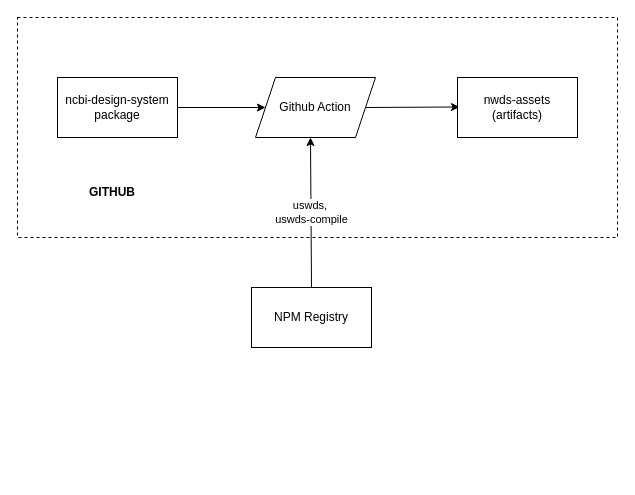
Before: docs/images/workflow.drawio in NCBI-Codeathons/nds1-team-2-design-package, a draw.io diagram. Source tidied: cells renumbered, new cells numbered last; positions are measured from the earlier drawing's top-left corner, leaving out a move shared by most shapes. Both pictures are drawn from the tidied source at 100%, with x=0, y=0 at pixel (17, 17).
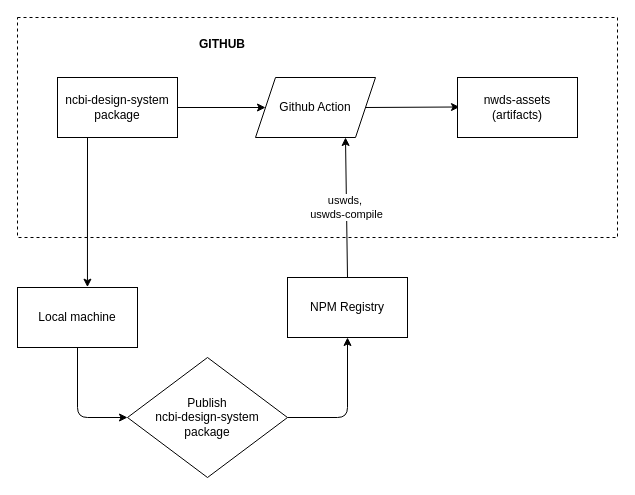
After the change.

Diff of the diagram source:
```diff
@@
 <mxGraphModel>
   <root>
     <mxCell id="0" />
     <mxCell id="1" parent="0" />
     <mxCell id="2" style="rounded=0;whiteSpace=wrap;html=1;dashed=1;" parent="1" vertex="1">
       <mxGeometry width="600" height="220" as="geometry" />
     </mxCell>
     <mxCell id="3" value="NPM Registry" style="rounded=0;whiteSpace=wrap;html=1;" parent="1" vertex="1">
-      <mxGeometry x="234" y="270" width="120" height="60" as="geometry" />
+      <mxGeometry x="270" y="260" width="120" height="60" as="geometry" />
     </mxCell>
+    <mxCell id="11" style="edgeStyle=none;html=1;exitX=0.25;exitY=1;exitDx=0;exitDy=0;entryX=0.583;entryY=-0.006;entryDx=0;entryDy=0;entryPerimeter=0;" parent="1" edge="1" source="4" target="13">
+      <mxGeometry relative="1" as="geometry" />
+    </mxCell>
     <mxCell id="4" value="ncbi-design-system&lt;br&gt;package" style="rounded=0;whiteSpace=wrap;html=1;" parent="1" vertex="1">
       <mxGeometry x="40" y="60" width="120" height="60" as="geometry" />
     </mxCell>
-    <mxCell id="5" value="uswds,&amp;nbsp;&lt;br&gt;uswds-compile" style="endArrow=classic;html=1;rounded=0;exitX=0.5;exitY=0;exitDx=0;exitDy=0;entryX=0.5;entryY=1;entryDx=0;entryDy=0;" parent="1" edge="1" source="3">
-      <mxGeometry relative="1" as="geometry">
-        <mxPoint x="293" y="120" as="targetPoint" />
-      </mxGeometry>
+    <mxCell id="5" value="uswds,&amp;nbsp;&lt;br&gt;uswds-compile" style="endArrow=classic;html=1;rounded=0;exitX=0.5;exitY=0;exitDx=0;exitDy=0;entryX=0.75;entryY=1;entryDx=0;entryDy=0;" parent="1" edge="1" source="3" target="7">
+      <mxGeometry relative="1" as="geometry" />
     </mxCell>
     <mxCell id="6" value="GITHUB" style="text;html=1;strokeColor=none;fillColor=none;align=center;verticalAlign=middle;whiteSpace=wrap;rounded=0;dashed=1;fontStyle=1;" parent="1" vertex="1">
-      <mxGeometry x="40" y="160" width="110" height="29" as="geometry" />
+      <mxGeometry x="150" y="12" width="110" height="29" as="geometry" />
     </mxCell>
     <mxCell id="7" value="Github Action" style="shape=parallelogram;perimeter=parallelogramPerimeter;whiteSpace=wrap;html=1;fixedSize=1;" parent="1" vertex="1">
       <mxGeometry x="238" y="60" width="120" height="60" as="geometry" />
     </mxCell>
     <mxCell id="8" style="endArrow=classic;html=1;rounded=0;entryX=0;entryY=0.5;entryDx=0;entryDy=0;exitX=1;exitY=0.5;exitDx=0;exitDy=0;" parent="1" edge="1" source="4" target="7">
       <mxGeometry relative="1" as="geometry" />
     </mxCell>
     <mxCell id="9" style="endArrow=classic;html=1;rounded=0;entryX=0;entryY=0.5;entryDx=0;entryDy=0;exitX=1;exitY=0.5;exitDx=0;exitDy=0;" parent="1" edge="1" source="7">
       <mxGeometry relative="1" as="geometry">
         <mxPoint x="442" y="89.5" as="targetPoint" />
       </mxGeometry>
     </mxCell>
     <mxCell id="10" value="nwds-assets&lt;br&gt;(artifacts)" style="rounded=0;whiteSpace=wrap;html=1;" parent="1" vertex="1">
       <mxGeometry x="440" y="60" width="120" height="60" as="geometry" />
     </mxCell>
+    <mxCell id="12" style="edgeStyle=none;html=1;exitX=0.5;exitY=1;exitDx=0;exitDy=0;entryX=0;entryY=0.5;entryDx=0;entryDy=0;" parent="1" edge="1" source="13" target="15">
+      <mxGeometry relative="1" as="geometry">
+        <Array as="points">
+          <mxPoint x="60" y="400" />
+        </Array>
+      </mxGeometry>
+    </mxCell>
+    <mxCell id="13" value="Local machine" style="rounded=0;whiteSpace=wrap;html=1;" parent="1" vertex="1">
+      <mxGeometry y="270" width="120" height="60" as="geometry" />
+    </mxCell>
+    <mxCell id="14" style="edgeStyle=none;html=1;exitX=1;exitY=0.5;exitDx=0;exitDy=0;entryX=0.5;entryY=1;entryDx=0;entryDy=0;" parent="1" edge="1" source="15" target="3">
+      <mxGeometry relative="1" as="geometry">
+        <Array as="points">
+          <mxPoint x="330" y="400" />
+        </Array>
+      </mxGeometry>
+    </mxCell>
+    <mxCell id="15" value="Publish&lt;br&gt;ncbi-design-system&lt;br&gt;package" style="rhombus;whiteSpace=wrap;html=1;" parent="1" vertex="1">
+      <mxGeometry x="110" y="340" width="160" height="120" as="geometry" />
+    </mxCell>
   </root>
 </mxGraphModel>
```
